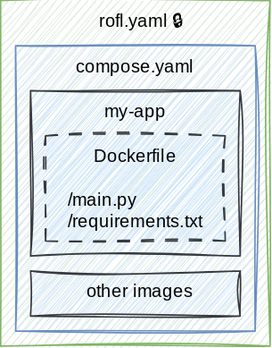
This is docs/rofl/images/rofl-compose-app-wrap.svg from oasisprotocol/oasis-sdk, a draw.io export, as it was before one commit. Source tidied: cells renumbered, new cells last; positions are measured from the earlier drawing's top-left corner, leaving out a move shared by most shapes.
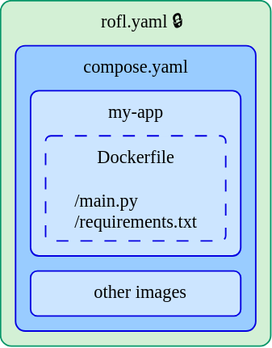
After the commit.

Commit message:
Add new rofl diagrams styling

Diff of the diagram source:
```diff
@@ -2,19 +2,19 @@
   <root>
     <mxCell id="0" />
     <mxCell id="1" parent="0" />
-    <mxCell id="2" value="&amp;nbsp; &amp;nbsp;rofl.yaml 🔒" style="rounded=0;whiteSpace=wrap;html=1;verticalAlign=top;fillColor=#d5e8d4;strokeColor=#82b366;sketch=1;curveFitting=1;jiggle=2;fontFamily=Architects Daughter;fontSource=https%3A%2F%2Ffonts.googleapis.com%2Fcss%3Ffamily%3DArchitects%2BDaughter;" parent="1" vertex="1">
+    <mxCell id="2" value="&lt;font face=&quot;Tahoma&quot;&gt;&amp;nbsp; &amp;nbsp;rofl.yaml 🔒&lt;/font&gt;" style="rounded=1;whiteSpace=wrap;html=1;verticalAlign=top;fillColor=light-dark(#D3F0D5,#063F16);strokeColor=light-dark(#069668,#34D399);fontFamily=Inter;fontSource=https%3A%2F%2Ffonts.googleapis.com%2Fcss%3Ffamily%3DInter;arcSize=4;" parent="1" vertex="1">
       <mxGeometry width="180" height="230" as="geometry" />
     </mxCell>
-    <mxCell id="3" value="compose.yaml" style="rounded=0;whiteSpace=wrap;html=1;verticalAlign=top;fillColor=#dae8fc;strokeColor=#6c8ebf;sketch=1;curveFitting=1;jiggle=2;fontFamily=Architects Daughter;fontSource=https%3A%2F%2Ffonts.googleapis.com%2Fcss%3Ffamily%3DArchitects%2BDaughter;" parent="1" vertex="1">
+    <mxCell id="3" value="&lt;font face=&quot;Tahoma&quot;&gt;compose.yaml&lt;/font&gt;" style="rounded=1;whiteSpace=wrap;html=1;verticalAlign=top;fillColor=light-dark(#99CCFF,#003333);strokeColor=light-dark(#0500E1,#03FFFF);fontFamily=Inter;fontSource=https%3A%2F%2Ffonts.googleapis.com%2Fcss%3Ffamily%3DInter;arcSize=4;" parent="1" vertex="1">
       <mxGeometry x="10" y="30" width="160" height="190" as="geometry" />
     </mxCell>
-    <mxCell id="4" value="my-app" style="rounded=0;whiteSpace=wrap;html=1;verticalAlign=top;fillColor=#cce5ff;strokeColor=#36393d;sketch=1;curveFitting=1;jiggle=2;fontFamily=Architects Daughter;fontSource=https%3A%2F%2Ffonts.googleapis.com%2Fcss%3Ffamily%3DArchitects%2BDaughter;" parent="1" vertex="1">
+    <mxCell id="4" value="&lt;font face=&quot;Tahoma&quot;&gt;my-app&lt;/font&gt;" style="rounded=1;whiteSpace=wrap;html=1;verticalAlign=top;fillColor=#cce5ff;strokeColor=light-dark(#0500E1,#03FFFF);fontFamily=Inter;fontSource=https%3A%2F%2Ffonts.googleapis.com%2Fcss%3Ffamily%3DInter;arcSize=5;" parent="1" vertex="1">
       <mxGeometry x="20" y="60" width="140" height="110" as="geometry" />
     </mxCell>
-    <mxCell id="5" value="&amp;nbsp; other images" style="rounded=0;whiteSpace=wrap;html=1;verticalAlign=top;fillColor=#cce5ff;strokeColor=#36393d;sketch=1;curveFitting=1;jiggle=2;fontFamily=Architects Daughter;fontSource=https%3A%2F%2Ffonts.googleapis.com%2Fcss%3Ffamily%3DArchitects%2BDaughter;" parent="1" vertex="1">
+    <mxCell id="5" value="&lt;font face=&quot;Tahoma&quot;&gt;&amp;nbsp; other images&lt;/font&gt;" style="rounded=1;whiteSpace=wrap;html=1;verticalAlign=top;fillColor=#cce5ff;strokeColor=light-dark(#0500E1,#03FFFF);fontFamily=Inter;fontSource=https%3A%2F%2Ffonts.googleapis.com%2Fcss%3Ffamily%3DInter;arcSize=15;" parent="1" vertex="1">
       <mxGeometry x="20" y="180" width="140" height="30" as="geometry" />
     </mxCell>
-    <mxCell id="6" value="&lt;div align=&quot;center&quot;&gt;Dockerfile&lt;/div&gt;&lt;div align=&quot;center&quot;&gt;&lt;br&gt;&lt;/div&gt;&lt;div align=&quot;left&quot;&gt;/main.py&lt;/div&gt;&lt;div align=&quot;left&quot;&gt;/requirements.txt&lt;/div&gt;" style="rounded=0;whiteSpace=wrap;html=1;fillColor=#cce5ff;strokeColor=#36393d;verticalAlign=middle;dashed=1;dashPattern=8 8;sketch=1;curveFitting=1;jiggle=2;fontFamily=Architects Daughter;fontSource=https%3A%2F%2Ffonts.googleapis.com%2Fcss%3Ffamily%3DArchitects%2BDaughter;" parent="1" vertex="1">
+    <mxCell id="6" value="&lt;div align=&quot;center&quot;&gt;&lt;font face=&quot;Tahoma&quot;&gt;Dockerfile&lt;/font&gt;&lt;/div&gt;&lt;div align=&quot;center&quot;&gt;&lt;font face=&quot;Tahoma&quot;&gt;&lt;br&gt;&lt;/font&gt;&lt;/div&gt;&lt;div align=&quot;left&quot;&gt;&lt;font face=&quot;Tahoma&quot;&gt;/main.py&lt;/font&gt;&lt;/div&gt;&lt;div align=&quot;left&quot;&gt;&lt;font face=&quot;Tahoma&quot;&gt;/requirements.txt&lt;/font&gt;&lt;/div&gt;" style="rounded=1;whiteSpace=wrap;html=1;fillColor=#cce5ff;strokeColor=light-dark(#0500E1,#03FFFF);verticalAlign=middle;dashed=1;dashPattern=8 8;fontFamily=Inter;fontSource=https%3A%2F%2Ffonts.googleapis.com%2Fcss%3Ffamily%3DInter;arcSize=5;" parent="1" vertex="1">
       <mxGeometry x="30" y="90" width="120" height="70" as="geometry" />
     </mxCell>
   </root>
```
